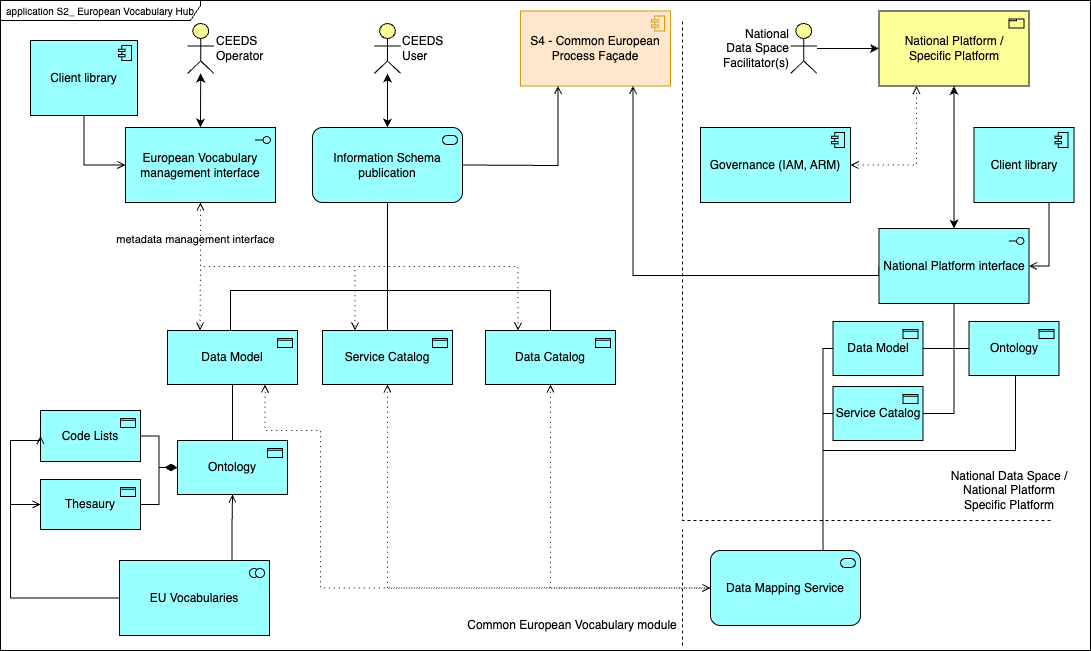
Before: docs/meta-level-operating-services/european-vocabulary-hub/application-evh.drawio.png, a diagram exported from draw.io (INSIEME-Energy/architecture). Source tidied: cells renumbered, new cells last; positions are measured from the earlier drawing's top-left corner, leaving out a move shared by most shapes.
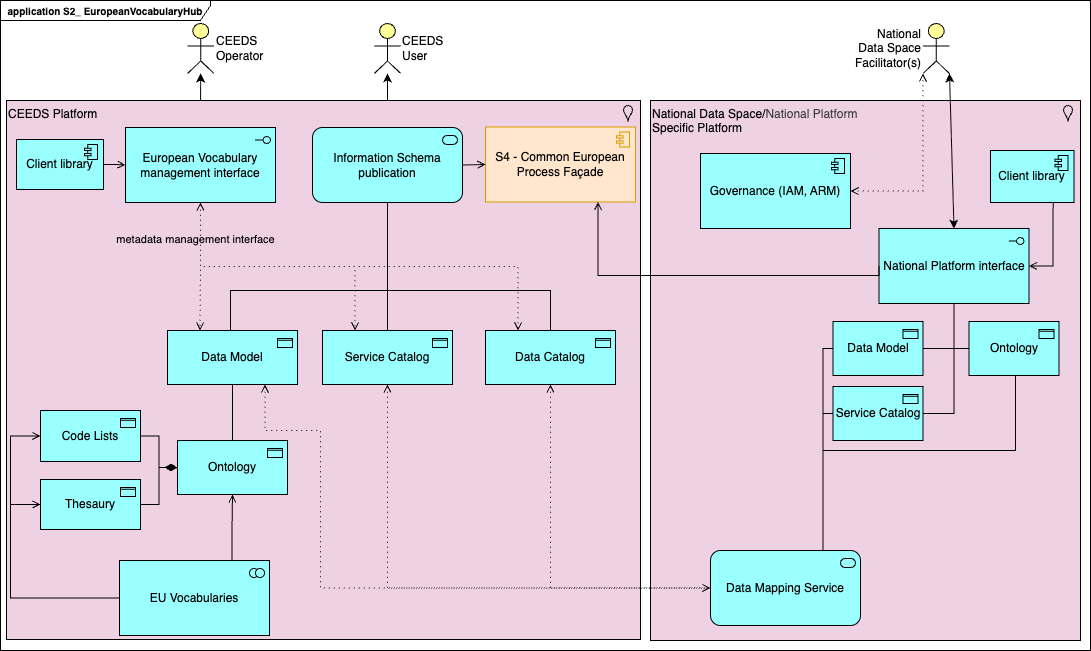
After the commit.

Commit message:
docs: S2 - European vocabulary hub - data objects and business view

Change to the diagram source:
```diff
@@ -14,28 +14,17 @@
     <mxCell id="5" style="edgeStyle=none;html=1;entryX=0.5;entryY=0;entryDx=0;entryDy=0;entryPerimeter=0;startArrow=classic;startFill=1;" parent="1" edge="1" source="4" target="23">
       <mxGeometry relative="1" as="geometry" />
     </mxCell>
-    <mxCell id="6" value="S4 - Common European Process Façade" style="html=1;outlineConnect=0;whiteSpace=wrap;fillColor=#ffe6cc;shape=mxgraph.archimate3.application;appType=comp;archiType=square;strokeColor=#d79b00;" parent="1" vertex="1">
-      <mxGeometry x="520" y="10.5" width="150" height="75" as="geometry" />
-    </mxCell>
-    <mxCell id="7" style="edgeStyle=elbowEdgeStyle;html=1;endArrow=open;elbow=vertical;endFill=1;exitX=1;exitY=0.5;exitDx=0;exitDy=0;exitPerimeter=0;entryX=0.25;entryY=1;entryDx=0;entryDy=0;entryPerimeter=0;rounded=0;curved=0;" parent="1" edge="1" source="14" target="6">
-      <mxGeometry relative="1" as="geometry">
-        <Array as="points">
-          <mxPoint x="510" y="165" />
-        </Array>
-      </mxGeometry>
-    </mxCell>
-    <mxCell id="8" style="edgeStyle=elbowEdgeStyle;html=1;endArrow=open;elbow=vertical;endFill=1;exitX=0;exitY=0.5;exitDx=0;exitDy=0;exitPerimeter=0;entryX=0.75;entryY=1;entryDx=0;entryDy=0;entryPerimeter=0;rounded=0;curved=0;" parent="1" edge="1" source="43" target="6">
-      <mxGeometry relative="1" as="geometry">
-        <Array as="points">
-          <mxPoint x="760" y="275" />
-        </Array>
-      </mxGeometry>
-    </mxCell>
-    <mxCell id="9" value="application S2_ European Vocabulary Hub" style="shape=umlFrame;whiteSpace=wrap;html=1;width=200;height=20;fontSize=10;" parent="1" vertex="1">
+    <mxCell id="9" value="application S2_ EuropeanVocabularyHub" style="shape=umlFrame;whiteSpace=wrap;html=1;width=210;height=20;fontSize=10;fontStyle=1;" parent="1" vertex="1">
       <mxGeometry width="1090" height="650" as="geometry" />
     </mxCell>
+    <mxCell id="59" value="CEEDS Platform" style="html=1;whiteSpace=wrap;shape=mxgraph.archimate3.application;appType=location;archiType=square;fillColor=#efd1e4;labelPosition=center;verticalLabelPosition=middle;align=left;verticalAlign=top;" parent="9" vertex="1">
+      <mxGeometry x="6" y="100" width="634" height="539" as="geometry" />
+    </mxCell>
+    <mxCell id="60" value="National Data Space/&lt;span style=&quot;color: rgb(63, 63, 63); background-color: transparent;&quot;&gt;National Platform&lt;/span&gt;&lt;div&gt;Specific Platform&lt;/div&gt;" style="html=1;whiteSpace=wrap;shape=mxgraph.archimate3.application;appType=location;archiType=square;fillColor=#efd1e4;labelPosition=center;verticalLabelPosition=middle;align=left;verticalAlign=top;" parent="9" vertex="1">
+      <mxGeometry x="650" y="100" width="430" height="540" as="geometry" />
+    </mxCell>
     <mxCell id="10" value="Governance (IAM, ARM)" style="html=1;outlineConnect=0;whiteSpace=wrap;fillColor=light-dark(#99ffff, #ededed);shape=mxgraph.archimate3.application;appType=comp;archiType=square;strokeColor=light-dark(#000000, #446e2c);fillStyle=auto;gradientColor=none;" parent="9" vertex="1">
-      <mxGeometry x="700" y="127" width="150" height="75" as="geometry" />
+      <mxGeometry x="700" y="153" width="150" height="75" as="geometry" />
     </mxCell>
     <mxCell id="11" value="Code Lists" style="html=1;outlineConnect=0;whiteSpace=wrap;fillColor=#99ffff;shape=mxgraph.archimate3.application;appType=passive;archiType=square;" parent="9" vertex="1">
       <mxGeometry x="40" y="410" width="100" height="51" as="geometry" />
@@ -86,11 +75,6 @@
     <mxCell id="23" value="European Vocabulary management interface" style="html=1;outlineConnect=0;whiteSpace=wrap;fillColor=#99ffff;shape=mxgraph.archimate3.application;appType=interface;archiType=square;" parent="9" vertex="1">
       <mxGeometry x="125" y="127" width="150" height="75" as="geometry" />
     </mxCell>
-    <mxCell id="24" value="metadata management interface" style="edgeStyle=orthogonalEdgeStyle;html=1;endArrow=open;elbow=vertical;endFill=0;dashed=1;startArrow=open;startFill=0;dashPattern=1 4;exitX=0.5;exitY=1;exitDx=0;exitDy=0;exitPerimeter=0;entryX=0.25;entryY=0;entryDx=0;entryDy=0;entryPerimeter=0;rounded=0;curved=0;" parent="9" edge="1" source="23" target="22">
-      <mxGeometry x="-0.41" y="-5" relative="1" as="geometry">
-        <mxPoint y="-1" as="offset" />
-      </mxGeometry>
-    </mxCell>
     <mxCell id="25" style="edgeStyle=orthogonalEdgeStyle;html=1;endArrow=open;elbow=vertical;endFill=0;dashed=1;startArrow=open;startFill=0;dashPattern=1 4;exitX=0.5;exitY=1;exitDx=0;exitDy=0;exitPerimeter=0;entryX=0.25;entryY=0;entryDx=0;entryDy=0;entryPerimeter=0;rounded=0;curved=0;" parent="9" edge="1" source="23" target="17">
       <mxGeometry relative="1" as="geometry" />
     </mxCell>
@@ -152,18 +136,15 @@
       <mxGeometry relative="1" as="geometry" />
     </mxCell>
     <mxCell id="41" value="Client library" style="html=1;outlineConnect=0;whiteSpace=wrap;fillColor=#99ffff;shape=mxgraph.archimate3.application;appType=comp;archiType=square;" parent="9" vertex="1">
-      <mxGeometry x="30" y="40" width="107" height="75" as="geometry" />
+      <mxGeometry x="16" y="139" width="87" height="50" as="geometry" />
     </mxCell>
     <mxCell id="42" value="Client library" style="html=1;outlineConnect=0;whiteSpace=wrap;fillColor=#99ffff;shape=mxgraph.archimate3.application;appType=comp;archiType=square;" parent="9" vertex="1">
-      <mxGeometry x="973.5" y="127" width="100" height="75" as="geometry" />
+      <mxGeometry x="990" y="150" width="83.5" height="52" as="geometry" />
     </mxCell>
     <mxCell id="43" value="National Platform interface" style="html=1;outlineConnect=0;whiteSpace=wrap;fillColor=#99ffff;shape=mxgraph.archimate3.application;appType=interface;archiType=square;" parent="9" vertex="1">
       <mxGeometry x="878.5" y="228" width="150" height="75" as="geometry" />
     </mxCell>
-    <mxCell id="44" value="National Data Space / National Platform&lt;br&gt;Specific Platform" style="text;html=1;align=center;verticalAlign=middle;whiteSpace=wrap;rounded=0;" parent="9" vertex="1">
-      <mxGeometry x="943.5" y="460" width="130" height="60" as="geometry" />
-    </mxCell>
-    <mxCell id="45" style="edgeStyle=orthogonalEdgeStyle;html=1;endArrow=open;elbow=vertical;endFill=1;exitX=0.5;exitY=1;exitDx=0;exitDy=0;exitPerimeter=0;entryX=0;entryY=0.5;entryDx=0;entryDy=0;entryPerimeter=0;rounded=0;curved=0;" parent="9" edge="1" source="41" target="23">
+    <mxCell id="45" style="edgeStyle=orthogonalEdgeStyle;html=1;endArrow=open;elbow=vertical;endFill=1;exitX=1;exitY=0.5;exitDx=0;exitDy=0;exitPerimeter=0;entryX=0;entryY=0.5;entryDx=0;entryDy=0;entryPerimeter=0;rounded=0;curved=0;" parent="9" edge="1" source="41" target="23">
       <mxGeometry relative="1" as="geometry" />
     </mxCell>
     <mxCell id="46" style="edgeStyle=orthogonalEdgeStyle;html=1;endArrow=open;elbow=vertical;endFill=1;exitX=0.75;exitY=1;exitDx=0;exitDy=0;exitPerimeter=0;entryX=1;entryY=0.5;entryDx=0;entryDy=0;entryPerimeter=0;rounded=0;curved=0;" parent="9" edge="1" source="42" target="43">
@@ -175,12 +156,11 @@
     <mxCell id="48" style="edgeStyle=orthogonalEdgeStyle;html=1;endArrow=open;elbow=vertical;endFill=1;exitX=0.75;exitY=0;exitDx=0;exitDy=0;exitPerimeter=0;entryX=0.5;entryY=1;entryDx=0;entryDy=0;entryPerimeter=0;rounded=0;curved=0;" parent="9" edge="1" source="47" target="13">
       <mxGeometry relative="1" as="geometry" />
     </mxCell>
-    <mxCell id="49" style="edgeStyle=orthogonalEdgeStyle;html=1;endArrow=open;elbow=vertical;endFill=1;entryX=0;entryY=0.5;entryDx=0;entryDy=0;entryPerimeter=0;exitX=0;exitY=0.5;exitDx=0;exitDy=0;exitPerimeter=0;rounded=0;" parent="9" edge="1" source="47" target="11">
+    <mxCell id="49" style="html=1;endArrow=open;elbow=vertical;endFill=1;entryX=0;entryY=0.5;entryDx=0;entryDy=0;entryPerimeter=0;exitX=0;exitY=0.5;exitDx=0;exitDy=0;exitPerimeter=0;rounded=0;edgeStyle=orthogonalEdgeStyle;" parent="9" edge="1" source="47" target="11">
       <mxGeometry relative="1" as="geometry">
         <Array as="points">
-          <mxPoint x="10" y="597" />
-          <mxPoint x="10" y="440" />
-          <mxPoint x="40" y="440" />
+          <mxPoint x="10" y="598" />
+          <mxPoint x="10" y="436" />
         </Array>
       </mxGeometry>
     </mxCell>
@@ -192,38 +172,32 @@
         </Array>
       </mxGeometry>
     </mxCell>
-    <mxCell id="51" value="Common European Vocabulary module" style="text;html=1;align=center;verticalAlign=middle;whiteSpace=wrap;rounded=0;" parent="9" vertex="1">
-      <mxGeometry x="452" y="610" width="240" height="30" as="geometry" />
-    </mxCell>
-    <mxCell id="52" value="National Platform /&lt;br&gt;Specific Platform" style="html=1;outlineConnect=0;whiteSpace=wrap;fillColor=#ffff99;shape=mxgraph.archimate3.application;appType=product;archiType=square;" parent="9" vertex="1">
-      <mxGeometry x="878.5" y="10.5" width="150" height="75" as="geometry" />
-    </mxCell>
-    <mxCell id="53" style="edgeStyle=none;html=1;entryX=0.5;entryY=0;entryDx=0;entryDy=0;entryPerimeter=0;startArrow=classic;startFill=1;exitX=0.5;exitY=1;exitDx=0;exitDy=0;exitPerimeter=0;" parent="9" edge="1" source="52" target="43">
+    <mxCell id="53" style="edgeStyle=none;html=1;entryX=0.5;entryY=0;entryDx=0;entryDy=0;entryPerimeter=0;startArrow=classic;startFill=1;exitX=1;exitY=1;exitDx=0;exitDy=0;exitPerimeter=0;" parent="9" edge="1" source="55" target="43">
       <mxGeometry relative="1" as="geometry" />
     </mxCell>
-    <mxCell id="54" style="edgeStyle=orthogonalEdgeStyle;html=1;endArrow=open;elbow=vertical;endFill=0;dashed=1;startArrow=open;startFill=0;dashPattern=1 4;exitX=1;exitY=0.5;exitDx=0;exitDy=0;exitPerimeter=0;entryX=0.25;entryY=1;entryDx=0;entryDy=0;entryPerimeter=0;rounded=0;curved=0;" parent="9" edge="1" source="10" target="52">
+    <mxCell id="54" style="edgeStyle=orthogonalEdgeStyle;html=1;endArrow=open;elbow=vertical;endFill=0;dashed=1;startArrow=open;startFill=0;dashPattern=1 4;exitX=1;exitY=0.5;exitDx=0;exitDy=0;exitPerimeter=0;entryX=0;entryY=1;entryDx=0;entryDy=0;entryPerimeter=0;rounded=0;curved=0;" parent="9" edge="1" source="10" target="55">
       <mxGeometry relative="1" as="geometry" />
     </mxCell>
     <mxCell id="55" value="National Data Space Facilitator(s)" style="html=1;outlineConnect=0;whiteSpace=wrap;fillColor=#ffff99;verticalLabelPosition=middle;verticalAlign=middle;align=right;shape=mxgraph.archimate3.actor;labelPosition=left;" parent="9" vertex="1">
-      <mxGeometry x="790" y="23" width="26.5" height="50" as="geometry" />
+      <mxGeometry x="922.5" y="23" width="26.5" height="50" as="geometry" />
     </mxCell>
-    <mxCell id="56" style="edgeStyle=none;html=1;entryX=0;entryY=0.5;entryDx=0;entryDy=0;entryPerimeter=0;" parent="9" edge="1" source="55" target="52">
-      <mxGeometry relative="1" as="geometry" />
-    </mxCell>
-    <mxCell id="57" style="endArrow=none;dashed=1;html=1;rounded=0;curved=0;" parent="9" edge="1">
-      <mxGeometry relative="1" as="geometry">
-        <mxPoint x="1050" y="520" as="sourcePoint" />
-        <mxPoint x="682" y="20" as="targetPoint" />
-        <Array as="points">
-          <mxPoint x="682" y="520" />
-        </Array>
-      </mxGeometry>
-    </mxCell>
-    <mxCell id="58" style="endArrow=none;dashed=1;html=1;" parent="1" edge="1">
-      <mxGeometry relative="1" as="geometry">
-        <mxPoint x="682" y="645" as="sourcePoint" />
-        <mxPoint x="682" y="529" as="targetPoint" />
-      </mxGeometry>
-    </mxCell>
+    <mxCell id="6" value="S4 - Common European Process Façade" style="html=1;outlineConnect=0;whiteSpace=wrap;fillColor=#ffe6cc;shape=mxgraph.archimate3.application;appType=comp;archiType=square;strokeColor=#d79b00;" parent="9" vertex="1">
+      <mxGeometry x="485" y="126.5" width="150" height="75" as="geometry" />
+    </mxCell>
+    <mxCell id="7" style="html=1;endArrow=open;elbow=vertical;endFill=1;exitX=1;exitY=0.5;exitDx=0;exitDy=0;exitPerimeter=0;entryX=0;entryY=0.5;entryDx=0;entryDy=0;entryPerimeter=0;rounded=0;" parent="9" edge="1" source="14" target="6">
+      <mxGeometry relative="1" as="geometry" />
+    </mxCell>
+    <mxCell id="8" style="edgeStyle=elbowEdgeStyle;html=1;endArrow=open;elbow=vertical;endFill=1;exitX=0;exitY=0.5;exitDx=0;exitDy=0;exitPerimeter=0;entryX=0.75;entryY=1;entryDx=0;entryDy=0;entryPerimeter=0;rounded=0;curved=0;" parent="9" edge="1" source="43" target="6">
+      <mxGeometry relative="1" as="geometry">
+        <Array as="points">
+          <mxPoint x="760" y="275" />
+        </Array>
+      </mxGeometry>
+    </mxCell>
+    <mxCell id="24" value="metadata management interface" style="edgeStyle=orthogonalEdgeStyle;html=1;endArrow=open;elbow=vertical;endFill=0;dashed=1;startArrow=open;startFill=0;dashPattern=1 4;exitX=0.5;exitY=1;exitDx=0;exitDy=0;exitPerimeter=0;entryX=0.25;entryY=0;entryDx=0;entryDy=0;entryPerimeter=0;rounded=0;curved=0;labelBackgroundColor=none;" parent="9" edge="1" source="23" target="22">
+      <mxGeometry x="-0.41" y="-5" relative="1" as="geometry">
+        <mxPoint y="-1" as="offset" />
+      </mxGeometry>
+    </mxCell>
   </root>
 </mxGraphModel>
```
